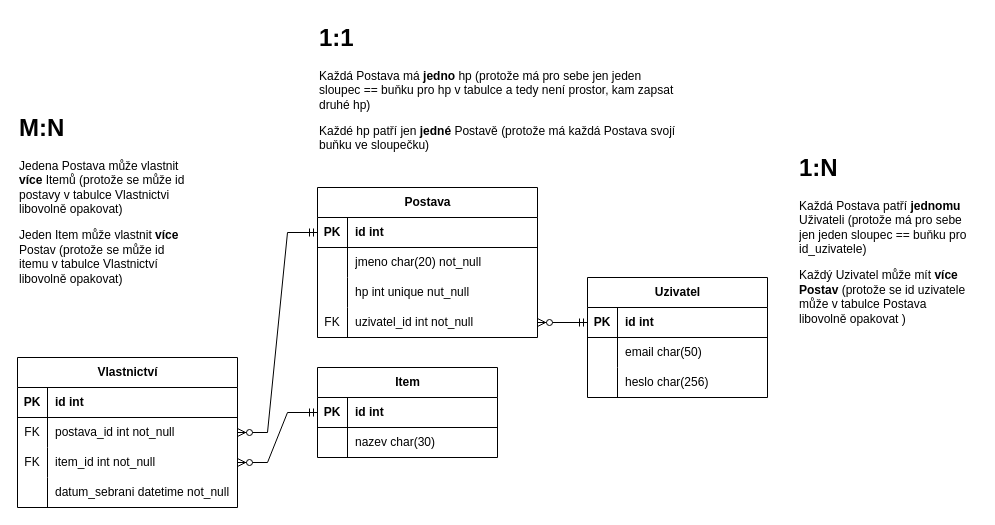
This is 2022_EPB/2022_EPB_Projekt.drawio from JaroslavHolecek/SPS_for_students, a draw.io file, before an edit. Source tidied: cells renumbered, new cells numbered last; positions are measured from the earlier drawing's top-left corner, leaving out a move shared by most shapes. Both pictures are drawn from the tidied source at 100%, with x=0, y=0 at pixel (-63, 17).
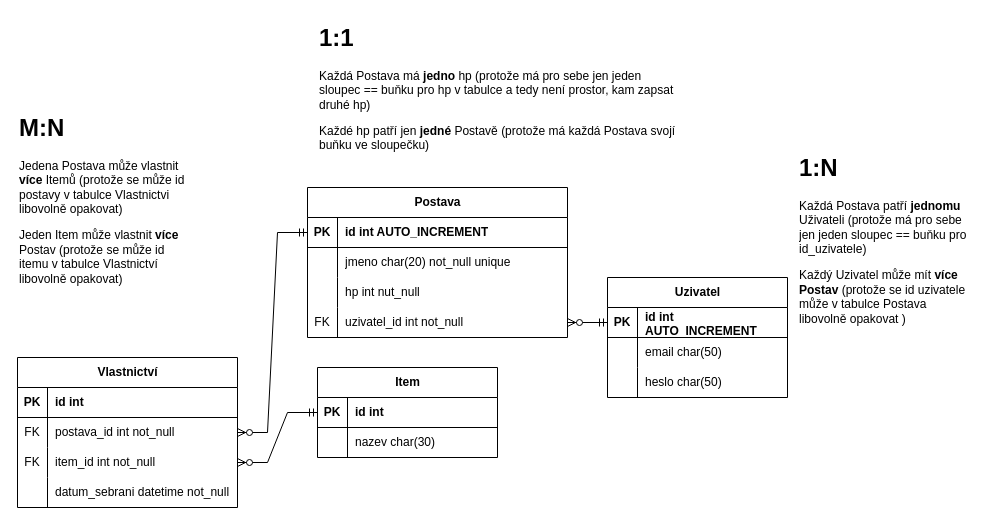
The same diagram, later.

Unchanged cells that the change refers to:
```xml
<mxCell id="17" style="shape=tableRow;horizontal=0;startSize=0;swimlaneHead=0;swimlaneBody=0;fillColor=none;points=[[0,0.5],[1,0.5]];portConstraint=eastwest;top=0;left=0;right=0;bottom=1;" parent="16" vertex="1">
  <mxGeometry y="30" width="180" height="30" as="geometry" />
</mxCell>
<mxCell id="23" style="shape=tableRow;horizontal=0;startSize=0;swimlaneHead=0;swimlaneBody=0;fillColor=none;top=0;left=0;right=0;bottom=0;" parent="16" vertex="1">
  <mxGeometry y="90" width="180" height="30" as="geometry" />
</mxCell>
```

Change to the diagram source:
```diff
@@
     <mxCell id="2" value="Postava" style="shape=table;startSize=30;childLayout=tableLayout;rowLines=0;fontStyle=1;align=center;html=1;" parent="1" vertex="1">
-      <mxGeometry x="380" y="170" width="220" height="150" as="geometry" />
+      <mxGeometry x="370" y="170" width="260" height="150" as="geometry" />
     </mxCell>
     <mxCell id="3" style="shape=tableRow;horizontal=0;startSize=0;swimlaneHead=0;swimlaneBody=0;fillColor=none;points=[[0,0.5],[1,0.5]];portConstraint=eastwest;top=0;left=0;right=0;bottom=1;" parent="2" vertex="1">
-      <mxGeometry y="30" width="220" height="30" as="geometry" />
+      <mxGeometry y="30" width="260" height="30" as="geometry" />
     </mxCell>
@@
-    <mxCell id="5" value="id int" style="shape=partialRectangle;fillColor=none;top=0;left=0;bottom=0;right=0;align=left;spacingLeft=6;fontStyle=1;overflow=hidden;whiteSpace=wrap;html=1;" parent="3" vertex="1">
-      <mxGeometry x="30" width="190" height="30" as="geometry" />
+    <mxCell id="5" value="id int AUTO_INCREMENT" style="shape=partialRectangle;fillColor=none;top=0;left=0;bottom=0;right=0;align=left;spacingLeft=6;fontStyle=1;overflow=hidden;whiteSpace=wrap;html=1;" parent="3" vertex="1">
+      <mxGeometry x="30" width="230" height="30" as="geometry" />
     </mxCell>
     <mxCell id="6" style="shape=tableRow;horizontal=0;startSize=0;swimlaneHead=0;swimlaneBody=0;fillColor=none;top=0;left=0;right=0;bottom=0;" parent="2" vertex="1">
-      <mxGeometry y="60" width="220" height="30" as="geometry" />
+      <mxGeometry y="60" width="260" height="30" as="geometry" />
     </mxCell>
@@
-    <mxCell id="8" value="&lt;div&gt;jmeno char(20) not_null&lt;br&gt;&lt;/div&gt;" style="shape=partialRectangle;fillColor=none;top=0;left=0;bottom=0;right=0;align=left;spacingLeft=6;overflow=hidden;whiteSpace=wrap;html=1;" parent="6" vertex="1">
-      <mxGeometry x="30" width="190" height="30" as="geometry" />
+    <mxCell id="8" value="&lt;div&gt;jmeno char(20) not_null unique&lt;/div&gt;" style="shape=partialRectangle;fillColor=none;top=0;left=0;bottom=0;right=0;align=left;spacingLeft=6;overflow=hidden;whiteSpace=wrap;html=1;" parent="6" vertex="1">
+      <mxGeometry x="30" width="230" height="30" as="geometry" />
     </mxCell>
     <mxCell id="9" style="shape=tableRow;horizontal=0;startSize=0;swimlaneHead=0;swimlaneBody=0;fillColor=none;top=0;left=0;right=0;bottom=0;" parent="2" vertex="1">
-      <mxGeometry y="90" width="220" height="30" as="geometry" />
+      <mxGeometry y="90" width="260" height="30" as="geometry" />
     </mxCell>
@@
-    <mxCell id="11" value="&lt;div&gt;hp int unique nut_null&lt;br&gt;&lt;/div&gt;" style="shape=partialRectangle;fillColor=none;top=0;left=0;bottom=0;right=0;align=left;spacingLeft=6;overflow=hidden;whiteSpace=wrap;html=1;" parent="9" vertex="1">
-      <mxGeometry x="30" width="190" height="30" as="geometry" />
+    <mxCell id="11" value="&lt;div&gt;hp int nut_null&lt;br&gt;&lt;/div&gt;" style="shape=partialRectangle;fillColor=none;top=0;left=0;bottom=0;right=0;align=left;spacingLeft=6;overflow=hidden;whiteSpace=wrap;html=1;" parent="9" vertex="1">
+      <mxGeometry x="30" width="230" height="30" as="geometry" />
     </mxCell>
     <mxCell id="12" style="shape=tableRow;horizontal=0;startSize=0;swimlaneHead=0;swimlaneBody=0;fillColor=none;points=[[0,0.5],[1,0.5]];portConstraint=eastwest;top=0;left=0;right=0;bottom=0;" parent="2" vertex="1">
-      <mxGeometry y="120" width="220" height="30" as="geometry" />
+      <mxGeometry y="120" width="260" height="30" as="geometry" />
     </mxCell>
@@
     <mxCell id="14" value="uzivatel_id int not_null" style="shape=partialRectangle;fillColor=none;top=0;left=0;bottom=0;right=0;align=left;spacingLeft=6;overflow=hidden;whiteSpace=wrap;html=1;" parent="12" vertex="1">
-      <mxGeometry x="30" width="190" height="30" as="geometry" />
+      <mxGeometry x="30" width="230" height="30" as="geometry" />
     </mxCell>
@@
     <mxCell id="16" value="Uzivatel" style="shape=table;startSize=30;childLayout=tableLayout;rowLines=0;fontStyle=1;align=center;html=1;" parent="1" vertex="1">
-      <mxGeometry x="650" y="260" width="180" height="120" as="geometry" />
+      <mxGeometry x="670" y="260" width="180" height="120" as="geometry" />
     </mxCell>
@@
-    <mxCell id="19" value="id int" style="shape=partialRectangle;fillColor=none;top=0;left=0;bottom=0;right=0;align=left;spacingLeft=6;fontStyle=1;overflow=hidden;whiteSpace=wrap;html=1;" parent="17" vertex="1">
+    <mxCell id="19" value="id int AUTO_INCREMENT" style="shape=partialRectangle;fillColor=none;top=0;left=0;bottom=0;right=0;align=left;spacingLeft=6;fontStyle=1;overflow=hidden;whiteSpace=wrap;html=1;" parent="17" vertex="1">
       <mxGeometry x="30" width="150" height="30" as="geometry" />
     </mxCell>
@@
-    <mxCell id="25" value="heslo char(256)" style="shape=partialRectangle;fillColor=none;top=0;left=0;bottom=0;right=0;align=left;spacingLeft=6;overflow=hidden;whiteSpace=wrap;html=1;" parent="23" vertex="1">
+    <mxCell id="25" value="heslo char(50)" style="shape=partialRectangle;fillColor=none;top=0;left=0;bottom=0;right=0;align=left;spacingLeft=6;overflow=hidden;whiteSpace=wrap;html=1;" parent="23" vertex="1">
       <mxGeometry x="30" width="150" height="30" as="geometry" />
     </mxCell>
```
